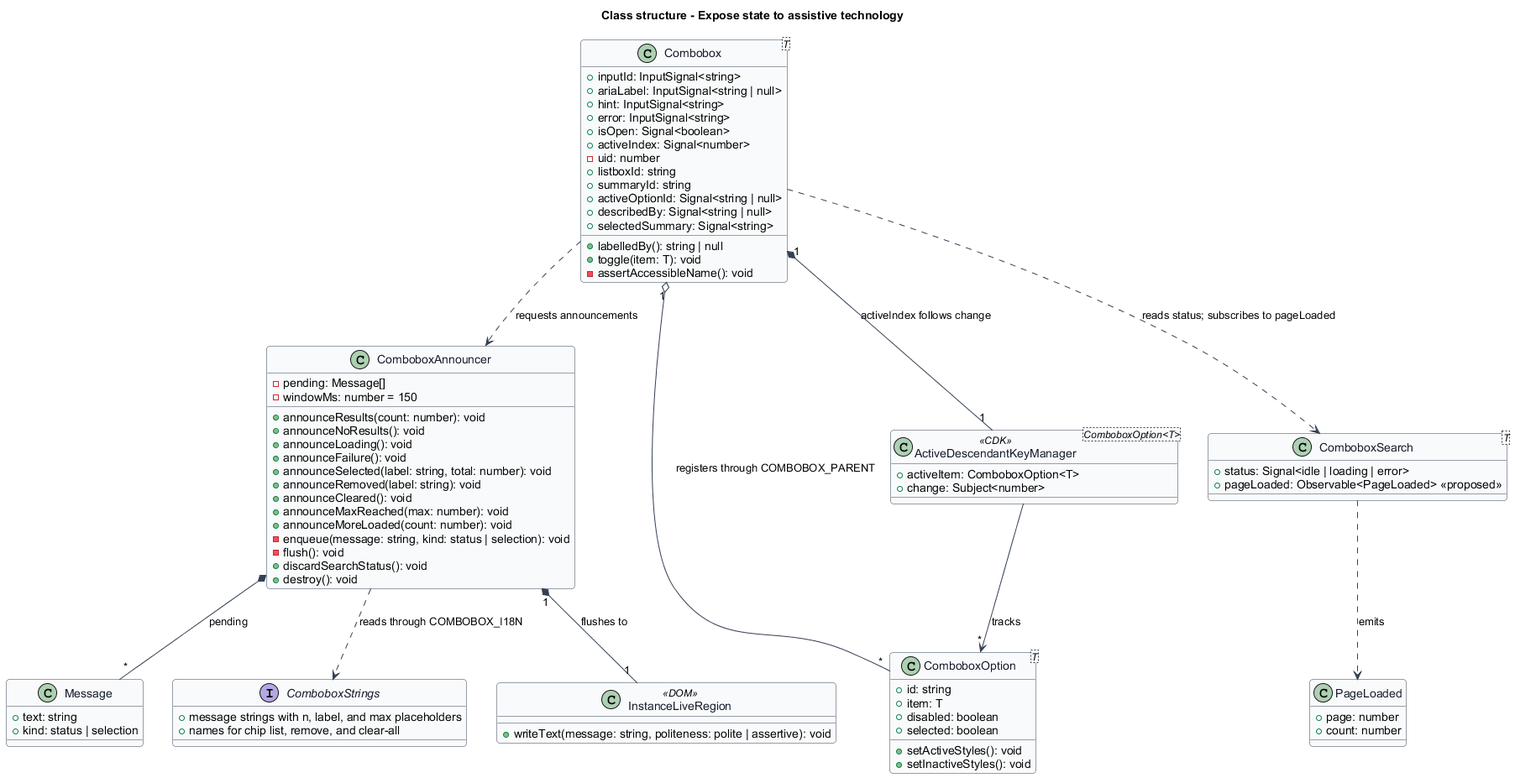
Before: docs/detailed-designs/combobox/expose-to-assistive-tech/diagrams/class-structure.png, a diagram exported from PlantUML (QuinntyneBrown/Tessera).
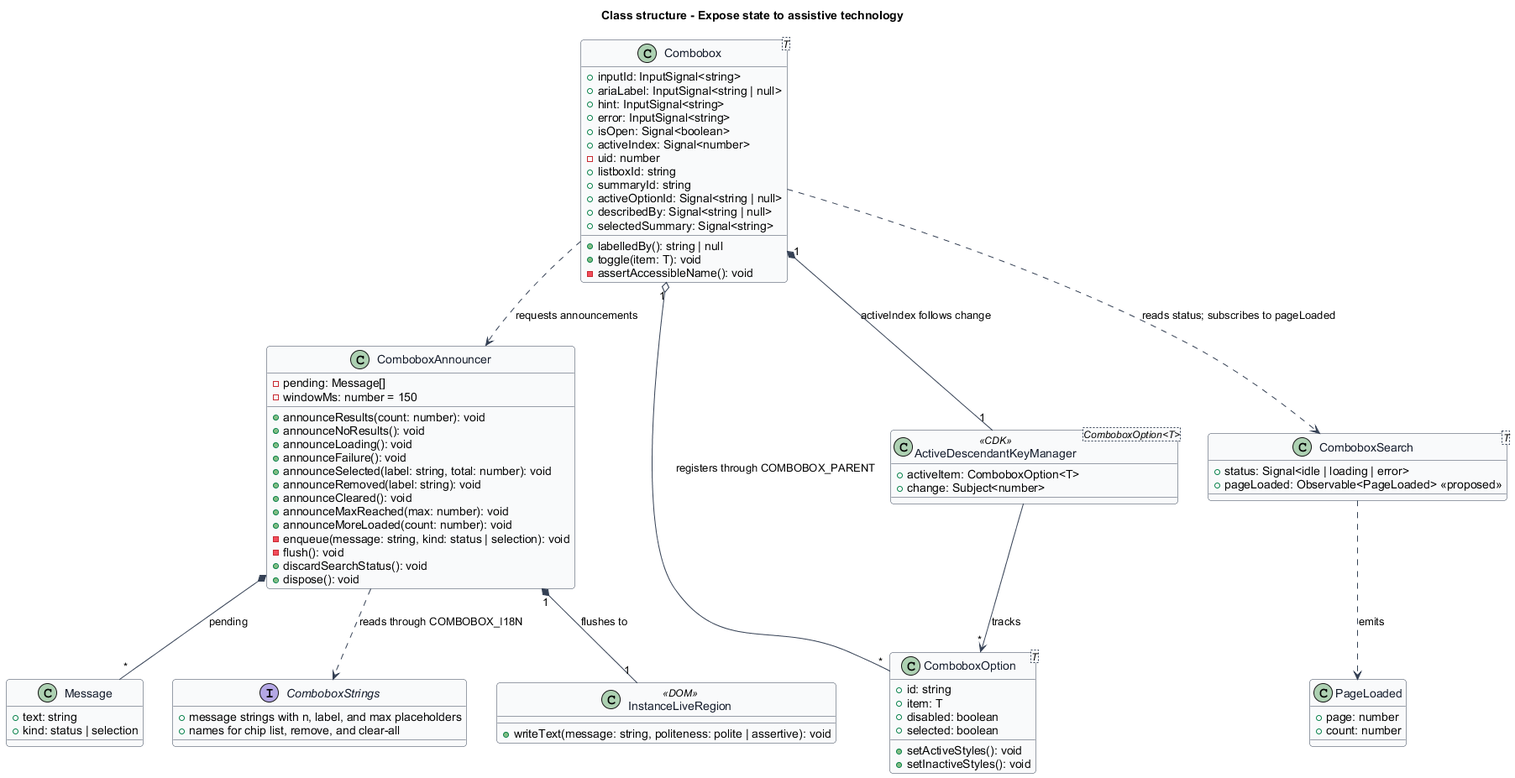
Above is the later version.

What changed in the source:
```diff
@@ -53,7 +53,7 @@
   -enqueue(message: string, kind: status | selection): void
   -flush(): void
   +discardSearchStatus(): void
-  +destroy(): void
+  +dispose(): void
 }
 
 class Message {
```
